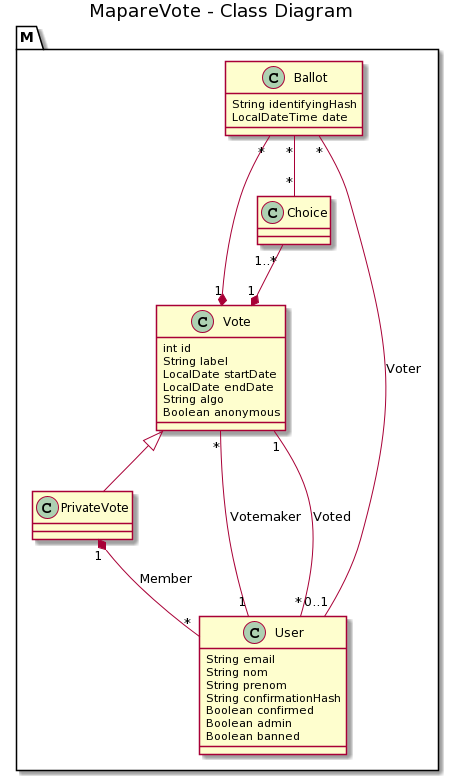
dptinfoutln/MapareVote keeps this PlantUML diagram as UML/MapareVoteClass.png. Above is the earlier version.
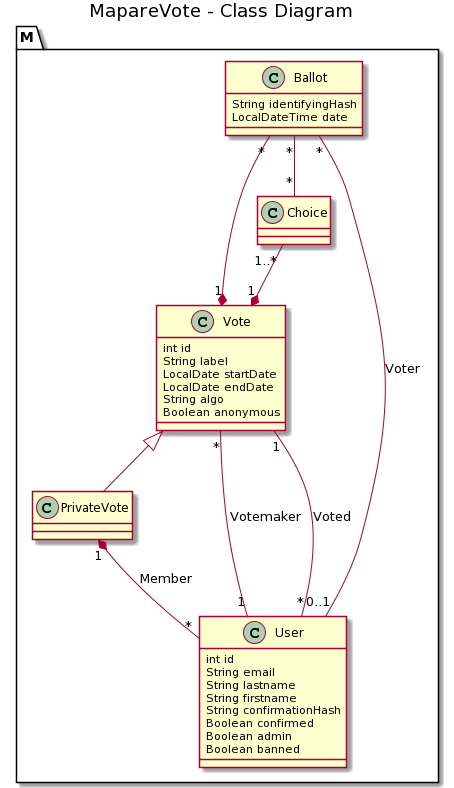
Later version of the same file.

What changed in the source:
```diff
@@ -21,9 +21,10 @@
     }
 
     class User {
+        int id
         String email
-        String nom
-        String prenom
+        String lastname
+        String firstname
         String confirmationHash
         Boolean confirmed
         Boolean admin
```
